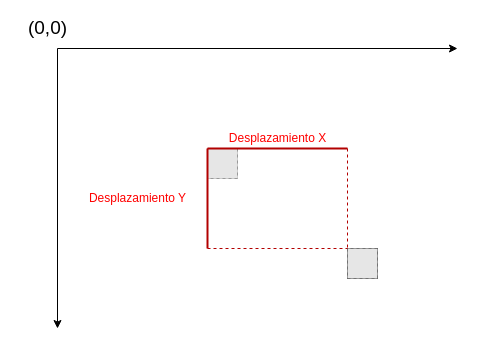
The draw.io diagram recurso2/img/movimiento.drawio in josedom24/recursos_intef, before the edit. Source tidied: cells renumbered, new cells numbered last; positions are measured from the earlier drawing's top-left corner, leaving out a move shared by most shapes. Both pictures are drawn from the tidied source at 100%, with x=0, y=0 at pixel (17, 18). Pictures stored in the file or linked from it are replaced by grey dashed boxes.
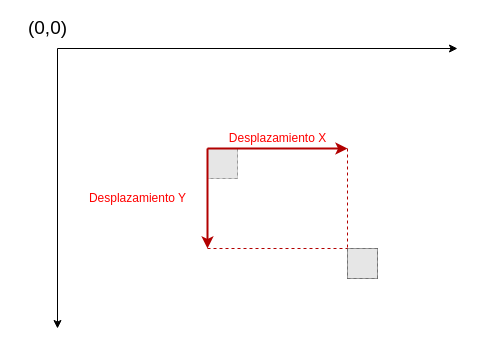
The same page after the edit.

The edit, as a diff of the source:
```diff
@@
 <mxGraphModel>
   <root>
     <mxCell id="0" />
     <mxCell id="1" parent="0" />
     <mxCell id="2" style="rounded=0;whiteSpace=wrap;html=1;opacity=30;" parent="1" vertex="1">
       <mxGeometry x="190" y="130" width="30" height="30" as="geometry" />
     </mxCell>
     <mxCell id="3" style="endArrow=classic;html=1;" parent="1" edge="1">
       <mxGeometry relative="1" as="geometry">
         <mxPoint x="40" y="30" as="sourcePoint" />
         <mxPoint x="440" y="30" as="targetPoint" />
       </mxGeometry>
     </mxCell>
     <mxCell id="4" style="endArrow=classic;html=1;" parent="1" edge="1">
       <mxGeometry relative="1" as="geometry">
         <mxPoint x="40" y="30" as="sourcePoint" />
         <mxPoint x="40" y="310" as="targetPoint" />
       </mxGeometry>
     </mxCell>
     <mxCell id="5" value="&lt;font style=&quot;font-size: 19px&quot;&gt;(0,0)&lt;/font&gt;" style="text;html=1;align=center;verticalAlign=middle;fillColor=none;strokeColor=none;rounded=0;" parent="1" vertex="1">
       <mxGeometry width="60" height="20" as="geometry" />
     </mxCell>
     <mxCell id="6" style="fillColor=#E6E6E6;strokeColor=#999999;dashed=1;verticalLabelPosition=bottom;verticalAlign=top;" parent="1" vertex="1">
       <mxGeometry x="190" y="130" width="30" height="30" as="geometry" />
     </mxCell>
     <mxCell id="7" style="rounded=0;whiteSpace=wrap;html=1;" parent="1" vertex="1">
       <mxGeometry x="330" y="230" width="30" height="30" as="geometry" />
     </mxCell>
     <mxCell id="8" style="fillColor=#E6E6E6;strokeColor=#999999;dashed=1;verticalLabelPosition=bottom;verticalAlign=top;" parent="1" vertex="1">
       <mxGeometry x="330" y="230" width="30" height="30" as="geometry" />
     </mxCell>
-    <mxCell id="9" style="endArrow=none;html=1;fillColor=#e51400;strokeColor=#B20000;exitX=0;exitY=0;exitDx=0;exitDy=0;jumpSize=8;strokeWidth=2;" parent="1" edge="1" source="6">
+    <mxCell id="9" style="endArrow=none;html=1;fillColor=#e51400;strokeColor=#B20000;jumpSize=8;strokeWidth=2;sketch=0;startArrow=classic;startFill=1;" parent="1" edge="1">
       <mxGeometry relative="1" as="geometry">
-        <mxPoint x="330" y="130" as="targetPoint" />
+        <mxPoint x="330" y="130" as="sourcePoint" />
+        <mxPoint x="190" y="130" as="targetPoint" />
       </mxGeometry>
     </mxCell>
     <mxCell id="10" style="endArrow=none;dashed=1;html=1;fillColor=#e51400;strokeColor=#B20000;jumpSize=8;entryX=0;entryY=0;entryDx=0;entryDy=0;" parent="1" edge="1" target="8">
       <mxGeometry relative="1" as="geometry">
         <mxPoint x="330" y="130" as="sourcePoint" />
       </mxGeometry>
     </mxCell>
-    <mxCell id="11" style="endArrow=none;html=1;fillColor=#e51400;strokeColor=#B20000;jumpSize=8;strokeWidth=2;" parent="1" edge="1">
+    <mxCell id="11" style="endArrow=none;html=1;fillColor=#e51400;strokeColor=#B20000;jumpSize=8;strokeWidth=2;startArrow=classic;startFill=1;entryX=0;entryY=0;entryDx=0;entryDy=0;" parent="1" edge="1" target="6">
       <mxGeometry relative="1" as="geometry">
-        <mxPoint x="190" y="130" as="sourcePoint" />
-        <mxPoint x="190" y="230" as="targetPoint" />
+        <mxPoint x="190" y="230" as="sourcePoint" />
       </mxGeometry>
     </mxCell>
     <mxCell id="12" style="endArrow=none;dashed=1;html=1;fillColor=#e51400;strokeColor=#B20000;jumpSize=8;entryX=0;entryY=0;entryDx=0;entryDy=0;" parent="1" edge="1" target="8">
       <mxGeometry relative="1" as="geometry">
         <mxPoint x="190" y="230" as="sourcePoint" />
       </mxGeometry>
     </mxCell>
-    <mxCell id="13" value="&lt;font color=&quot;#FF0000&quot;&gt;Desplazamiento X&lt;/font&gt;" style="text;html=1;align=center;verticalAlign=middle;fillColor=none;strokeColor=none;rounded=0;opacity=30;" parent="1" vertex="1">
+    <mxCell id="13" value="&lt;font color=&quot;#FF0000&quot;&gt;Desplazamiento X&lt;/font&gt;" style="text;html=1;align=center;verticalAlign=middle;fillColor=none;rounded=0;opacity=30;perimeterSpacing=0;glass=0;sketch=0;dashed=1;dashPattern=1 4;" parent="1" vertex="1">
       <mxGeometry x="200" y="110" width="120" height="20" as="geometry" />
     </mxCell>
     <mxCell id="14" value="&lt;font color=&quot;#FF0000&quot;&gt;Desplazamiento Y&lt;br&gt;&lt;/font&gt;" style="text;html=1;align=center;verticalAlign=middle;fillColor=none;strokeColor=none;rounded=0;opacity=30;" parent="1" vertex="1">
       <mxGeometry x="60" y="170" width="120" height="20" as="geometry" />
     </mxCell>
   </root>
 </mxGraphModel>
```
